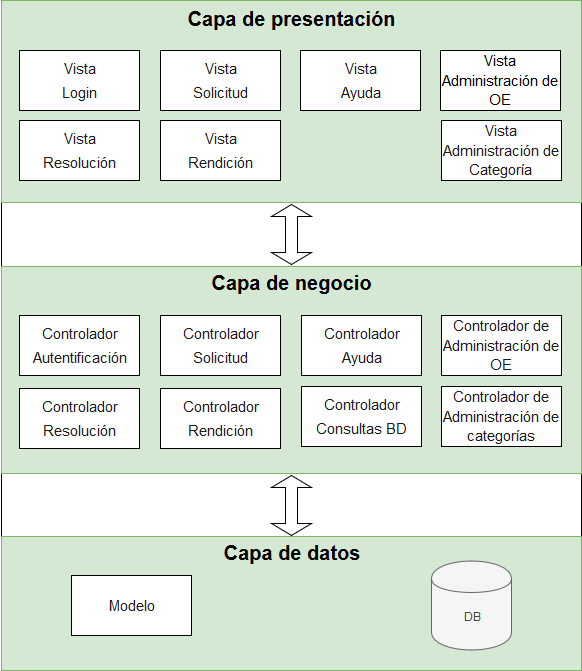
Before: Formato Memoria/Imagenes/Arquitectura_logica.png, a diagram exported from draw.io (YorchXD/Formulaci-n-de-proyecto). Source tidied: cells renumbered, new cells last; positions are measured from the earlier drawing's top-left corner, leaving out a move shared by most shapes.
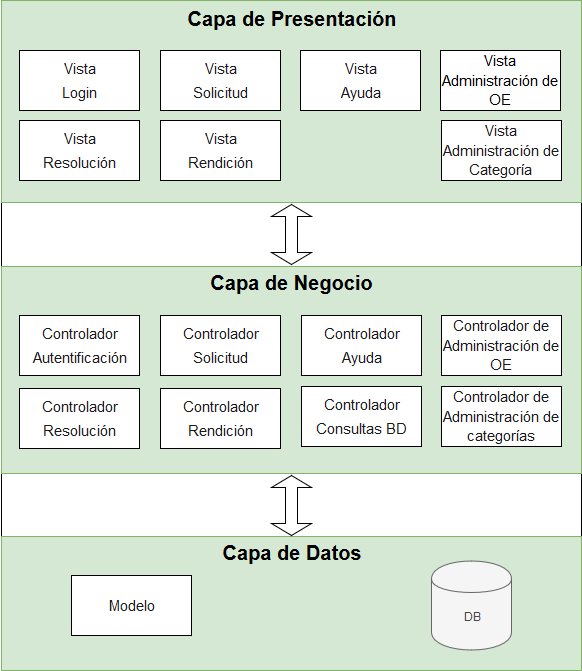
Later version of the same file.

Diff of the diagram source:
```diff
@@ -8,7 +8,7 @@
     <mxCell id="3" style="rounded=0;whiteSpace=wrap;html=1;strokeWidth=1;fillColor=#d5e8d4;strokeColor=#82b366;" parent="1" vertex="1">
       <mxGeometry x="1" width="580" height="202" as="geometry" />
     </mxCell>
-    <mxCell id="4" value="&lt;b&gt;Capa de presentación&lt;/b&gt;" style="text;html=1;strokeColor=none;fillColor=none;align=center;verticalAlign=middle;whiteSpace=wrap;rounded=0;fontSize=20;" parent="1" vertex="1">
+    <mxCell id="4" value="&lt;b&gt;Capa de Presentación&lt;/b&gt;" style="text;html=1;strokeColor=none;fillColor=none;align=center;verticalAlign=middle;whiteSpace=wrap;rounded=0;fontSize=20;" parent="1" vertex="1">
       <mxGeometry x="1" y="10" width="580" height="20" as="geometry" />
     </mxCell>
     <mxCell id="5" value="&lt;p style=&quot;line-height: 90%&quot;&gt;&lt;/p&gt;&lt;div&gt;&lt;font style=&quot;font-size: 15px&quot;&gt;Vista &lt;br&gt;&lt;/font&gt;&lt;/div&gt;&lt;div&gt;&lt;font style=&quot;font-size: 15px&quot;&gt;Login&lt;br&gt;&lt;/font&gt;&lt;/div&gt;&lt;p&gt;&lt;/p&gt;" style="rounded=0;whiteSpace=wrap;html=1;strokeWidth=1;fontSize=20;textOpacity=90;" parent="1" vertex="1">
@@ -20,7 +20,7 @@
     <mxCell id="7" style="rounded=0;whiteSpace=wrap;html=1;strokeWidth=1;fillColor=#d5e8d4;strokeColor=#82b366;" parent="1" vertex="1">
       <mxGeometry x="1" y="266" width="580" height="207" as="geometry" />
     </mxCell>
-    <mxCell id="8" value="&lt;b&gt;Capa de negocio&lt;br&gt;&lt;/b&gt;" style="text;html=1;strokeColor=none;fillColor=none;align=center;verticalAlign=middle;whiteSpace=wrap;rounded=0;fontSize=20;" parent="1" vertex="1">
+    <mxCell id="8" value="&lt;b&gt;Capa de Negocio&lt;br&gt;&lt;/b&gt;" style="text;html=1;strokeColor=none;fillColor=none;align=center;verticalAlign=middle;whiteSpace=wrap;rounded=0;fontSize=20;" parent="1" vertex="1">
       <mxGeometry y="274" width="581" height="20" as="geometry" />
     </mxCell>
     <mxCell id="9" value="&lt;p style=&quot;line-height: 90%&quot; align=&quot;center&quot;&gt;&lt;/p&gt;&lt;div align=&quot;center&quot;&gt;&lt;font style=&quot;font-size: 15px&quot;&gt;Controlador&lt;/font&gt;&lt;/div&gt;&lt;div align=&quot;center&quot;&gt;&lt;font style=&quot;font-size: 15px&quot;&gt;Solicitud&lt;/font&gt;&lt;/div&gt;&lt;p align=&quot;center&quot;&gt;&lt;/p&gt;" style="rounded=0;whiteSpace=wrap;html=1;strokeWidth=1;fontSize=20;textOpacity=90;horizontal=1;" parent="1" vertex="1">
@@ -35,7 +35,7 @@
     <mxCell id="12" style="rounded=0;whiteSpace=wrap;html=1;strokeWidth=1;fillColor=#d5e8d4;strokeColor=#82b366;" parent="1" vertex="1">
       <mxGeometry x="1" y="536" width="580" height="134" as="geometry" />
     </mxCell>
-    <mxCell id="13" value="&lt;b&gt;Capa de datos&lt;br&gt;&lt;/b&gt;" style="text;html=1;strokeColor=none;fillColor=none;align=center;verticalAlign=middle;whiteSpace=wrap;rounded=0;fontSize=20;" parent="1" vertex="1">
+    <mxCell id="13" value="&lt;b&gt;Capa de Datos&lt;br&gt;&lt;/b&gt;" style="text;html=1;strokeColor=none;fillColor=none;align=center;verticalAlign=middle;whiteSpace=wrap;rounded=0;fontSize=20;" parent="1" vertex="1">
       <mxGeometry x="1" y="544" width="580" height="20" as="geometry" />
     </mxCell>
     <mxCell id="14" value="&lt;font style=&quot;font-size: 15px&quot;&gt;Modelo&lt;/font&gt;" style="rounded=0;whiteSpace=wrap;html=1;strokeWidth=1;fontSize=20;textOpacity=90;" parent="1" vertex="1">
```
